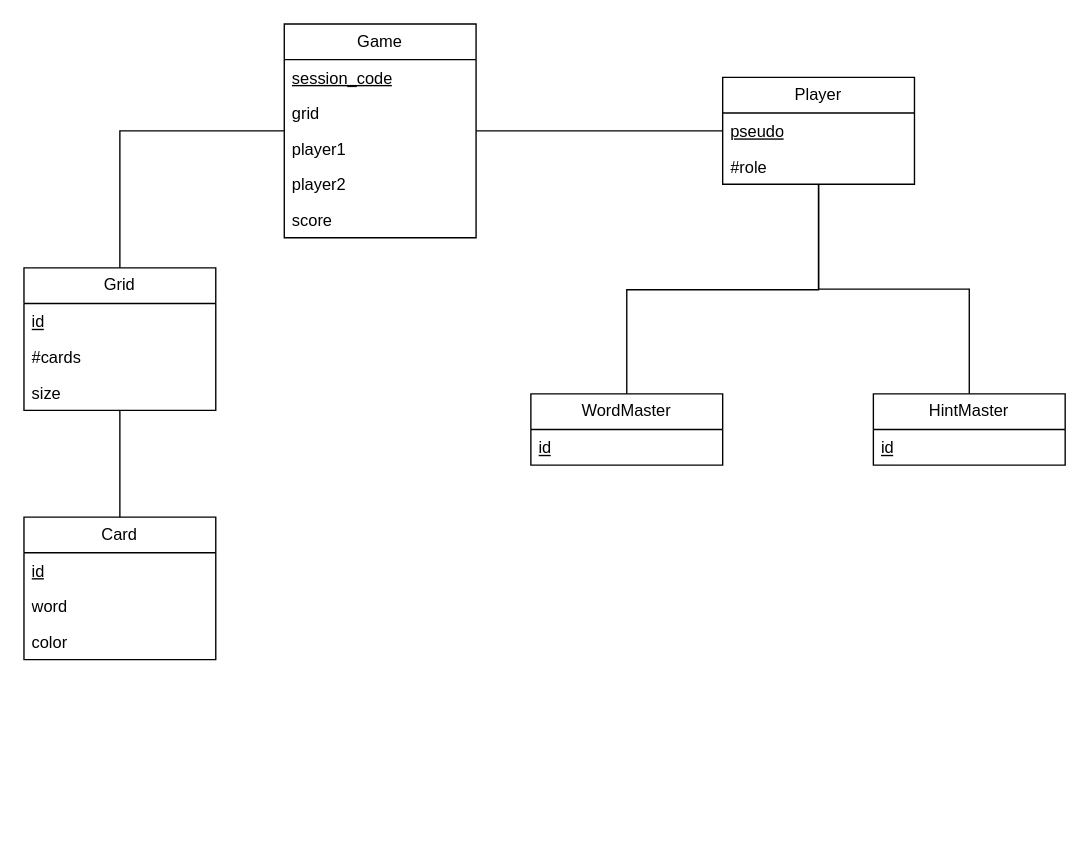
Earlier version of the draw.io diagram DiagrammePolynames.drawio (Pumchh/PolyNames). Source tidied: cells renumbered, new cells numbered last; positions are measured from the earlier drawing's top-left corner, leaving out a move shared by most shapes. Both pictures are drawn from the tidied source at 137%, with x=0, y=0 at pixel (23, 23).
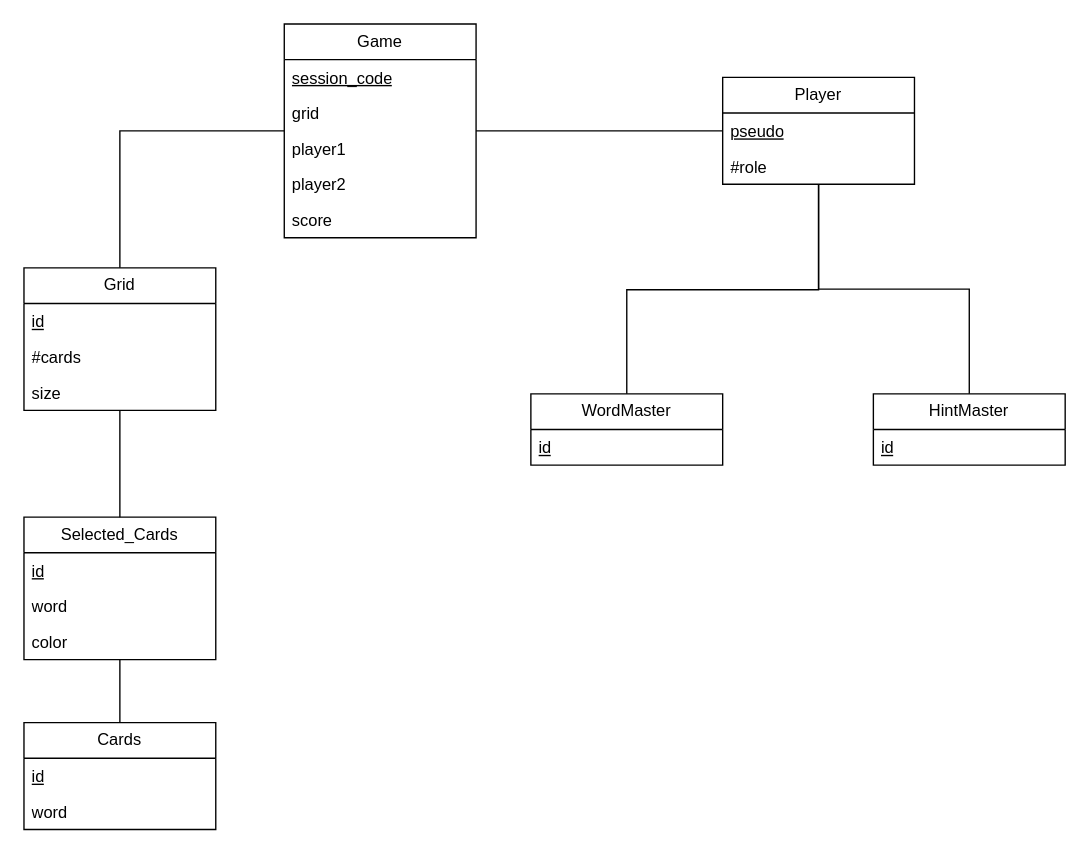
The same page after the edit.

Commit message:
Mise à jour DiagrammePolynames.drawio

What changed in the source:
```diff
@@
-    <mxCell id="22" value="Card" style="swimlane;fontStyle=0;horizontal=1;startSize=26;fillColor=none;whiteSpace=wrap;html=1;" parent="1" vertex="1">
+    <mxCell id="22" value="Selec&lt;span style=&quot;border-color: var(--border-color); background-color: initial;&quot;&gt;ted_Cards&lt;/span&gt;" style="swimlane;fontStyle=0;horizontal=1;startSize=26;fillColor=none;whiteSpace=wrap;html=1;" parent="1" vertex="1">
       <mxGeometry y="360" width="140" height="104" as="geometry" />
     </mxCell>
@@
+    <mxCell id="28" style="edgeStyle=orthogonalEdgeStyle;rounded=0;jettySize=auto;html=1;endArrow=none;endFill=0;" parent="1" edge="1" source="29" target="22">
+      <mxGeometry relative="1" as="geometry" />
+    </mxCell>
+    <mxCell id="29" value="&lt;span style=&quot;background-color: initial;&quot;&gt;Cards&lt;/span&gt;" style="swimlane;fontStyle=0;horizontal=1;startSize=26;fillColor=none;whiteSpace=wrap;html=1;" parent="1" vertex="1">
+      <mxGeometry y="510" width="140" height="78" as="geometry" />
+    </mxCell>
+    <mxCell id="30" value="&lt;u&gt;id&lt;/u&gt;" style="text;strokeColor=none;fillColor=none;align=left;verticalAlign=top;spacingLeft=4;spacingRight=4;overflow=hidden;whiteSpace=wrap;html=1;" parent="29" vertex="1">
+      <mxGeometry y="26" width="140" height="26" as="geometry" />
+    </mxCell>
+    <mxCell id="31" value="word" style="text;strokeColor=none;fillColor=none;align=left;verticalAlign=top;spacingLeft=4;spacingRight=4;overflow=hidden;whiteSpace=wrap;html=1;" parent="29" vertex="1">
+      <mxGeometry y="52" width="140" height="26" as="geometry" />
+    </mxCell>
```
